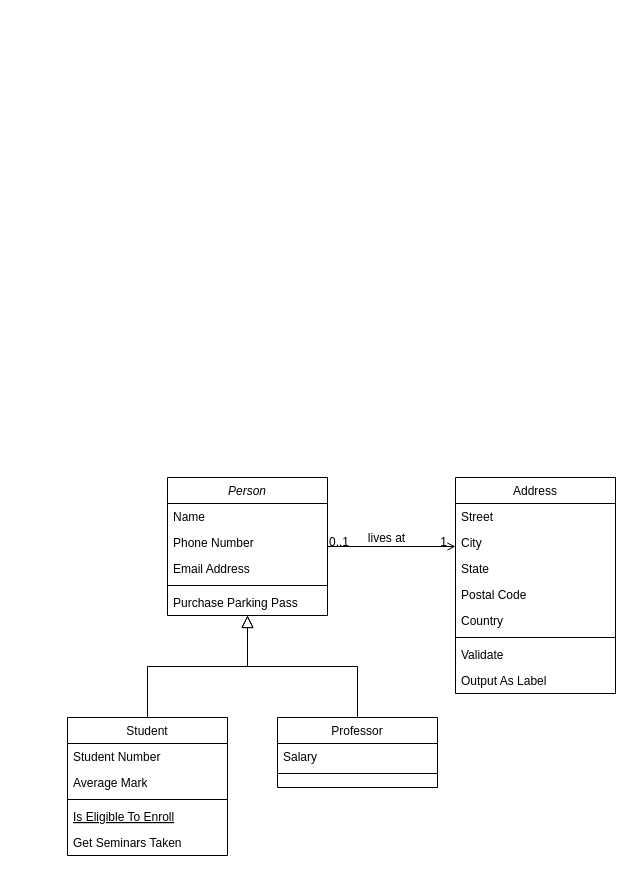
Before: Deliverables/Deliverable_Images/D3_diagram.drawio in Carhn/PlanItOut, a draw.io diagram. Source tidied: cells renumbered, new cells numbered last; positions are measured from the earlier drawing's top-left corner, leaving out a move shared by most shapes. Both pictures are drawn from the tidied source at 100%, with x=0, y=0 at pixel (67, 477).
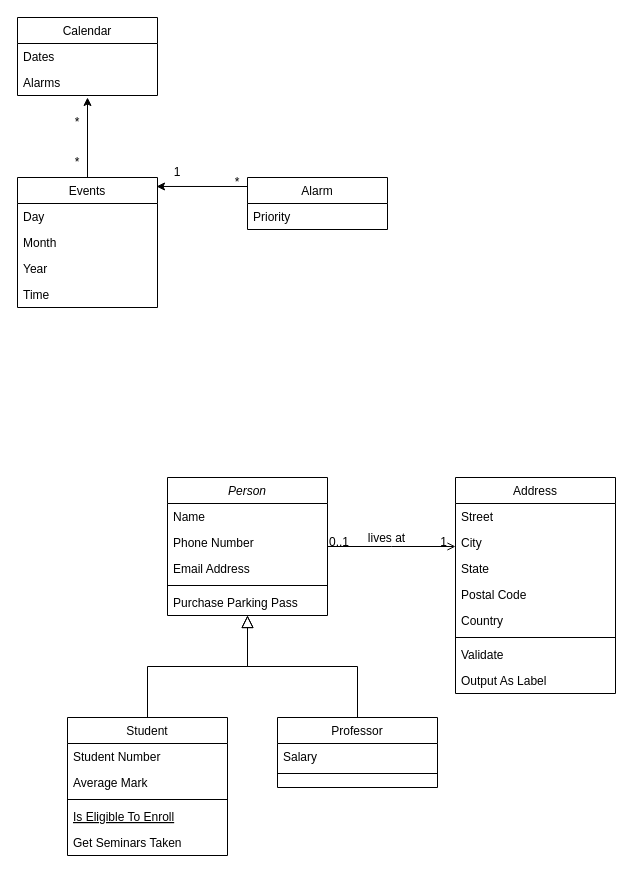
The same page after the edit.

What changed in the source:
```diff
@@
+    <mxCell id="32" value="Calendar" style="swimlane;fontStyle=0;horizontal=1;startSize=26;fillColor=none;" parent="1" vertex="1">
+      <mxGeometry x="-50" y="-460" width="140" height="78" as="geometry" />
+    </mxCell>
+    <mxCell id="33" value="Dates" style="text;strokeColor=none;fillColor=none;align=left;verticalAlign=top;spacingLeft=4;spacingRight=4;overflow=hidden;" parent="32" vertex="1">
+      <mxGeometry y="26" width="140" height="26" as="geometry" />
+    </mxCell>
+    <mxCell id="34" value="Alarms" style="text;strokeColor=none;fillColor=none;align=left;verticalAlign=top;spacingLeft=4;spacingRight=4;overflow=hidden;" parent="32" vertex="1">
+      <mxGeometry y="52" width="140" height="26" as="geometry" />
+    </mxCell>
+    <mxCell id="35" value="Events" style="swimlane;fontStyle=0;horizontal=1;startSize=26;fillColor=none;" parent="1" vertex="1">
+      <mxGeometry x="-50" y="-300" width="140" height="130" as="geometry" />
+    </mxCell>
+    <mxCell id="36" value="Day" style="text;strokeColor=none;fillColor=none;align=left;verticalAlign=top;spacingLeft=4;spacingRight=4;overflow=hidden;" parent="35" vertex="1">
+      <mxGeometry y="26" width="140" height="26" as="geometry" />
+    </mxCell>
+    <mxCell id="37" value="Month" style="text;strokeColor=none;fillColor=none;align=left;verticalAlign=top;spacingLeft=4;spacingRight=4;overflow=hidden;" parent="35" vertex="1">
+      <mxGeometry y="52" width="140" height="26" as="geometry" />
+    </mxCell>
+    <mxCell id="38" value="Year" style="text;strokeColor=none;fillColor=none;align=left;verticalAlign=top;spacingLeft=4;spacingRight=4;overflow=hidden;" parent="35" vertex="1">
+      <mxGeometry y="78" width="140" height="26" as="geometry" />
+    </mxCell>
+    <mxCell id="39" value="Time" style="text;strokeColor=none;fillColor=none;align=left;verticalAlign=top;spacingLeft=4;spacingRight=4;overflow=hidden;" parent="35" vertex="1">
+      <mxGeometry y="104" width="140" height="26" as="geometry" />
+    </mxCell>
+    <mxCell id="40" value="*" style="text;html=1;strokeColor=none;fillColor=none;align=center;verticalAlign=middle;whiteSpace=wrap;rounded=0;" parent="1" vertex="1">
+      <mxGeometry x="-20" y="-370" width="60" height="30" as="geometry" />
+    </mxCell>
+    <mxCell id="41" value="*" style="text;html=1;strokeColor=none;fillColor=none;align=center;verticalAlign=middle;whiteSpace=wrap;rounded=0;" parent="1" vertex="1">
+      <mxGeometry x="-20" y="-330" width="60" height="30" as="geometry" />
+    </mxCell>
+    <mxCell id="42" value="Alarm" style="swimlane;fontStyle=0;horizontal=1;startSize=26;fillColor=none;" parent="1" vertex="1">
+      <mxGeometry x="180" y="-300" width="140" height="52" as="geometry" />
+    </mxCell>
+    <mxCell id="43" value="Priority" style="text;strokeColor=none;fillColor=none;align=left;verticalAlign=top;spacingLeft=4;spacingRight=4;overflow=hidden;" parent="42" vertex="1">
+      <mxGeometry y="26" width="140" height="26" as="geometry" />
+    </mxCell>
+    <mxCell id="44" style="endArrow=classic;html=1;rounded=0;entryX=0.993;entryY=0.069;entryDx=0;entryDy=0;entryPerimeter=0;" parent="1" edge="1" target="35">
+      <mxGeometry relative="1" as="geometry">
+        <mxPoint x="180" y="-291" as="sourcePoint" />
+      </mxGeometry>
+    </mxCell>
+    <mxCell id="45" style="endArrow=classic;html=1;rounded=0;" parent="1" edge="1">
+      <mxGeometry relative="1" as="geometry">
+        <mxPoint x="20" y="-300" as="sourcePoint" />
+        <mxPoint x="20" y="-380" as="targetPoint" />
+      </mxGeometry>
+    </mxCell>
+    <mxCell id="46" value="*" style="text;html=1;strokeColor=none;fillColor=none;align=center;verticalAlign=middle;whiteSpace=wrap;rounded=0;" parent="1" vertex="1">
+      <mxGeometry x="100" y="-310" width="140" height="30" as="geometry" />
+    </mxCell>
+    <mxCell id="47" value="1" style="text;html=1;strokeColor=none;fillColor=none;align=center;verticalAlign=middle;whiteSpace=wrap;rounded=0;" parent="1" vertex="1">
+      <mxGeometry x="80" y="-320" width="60" height="30" as="geometry" />
+    </mxCell>
```
